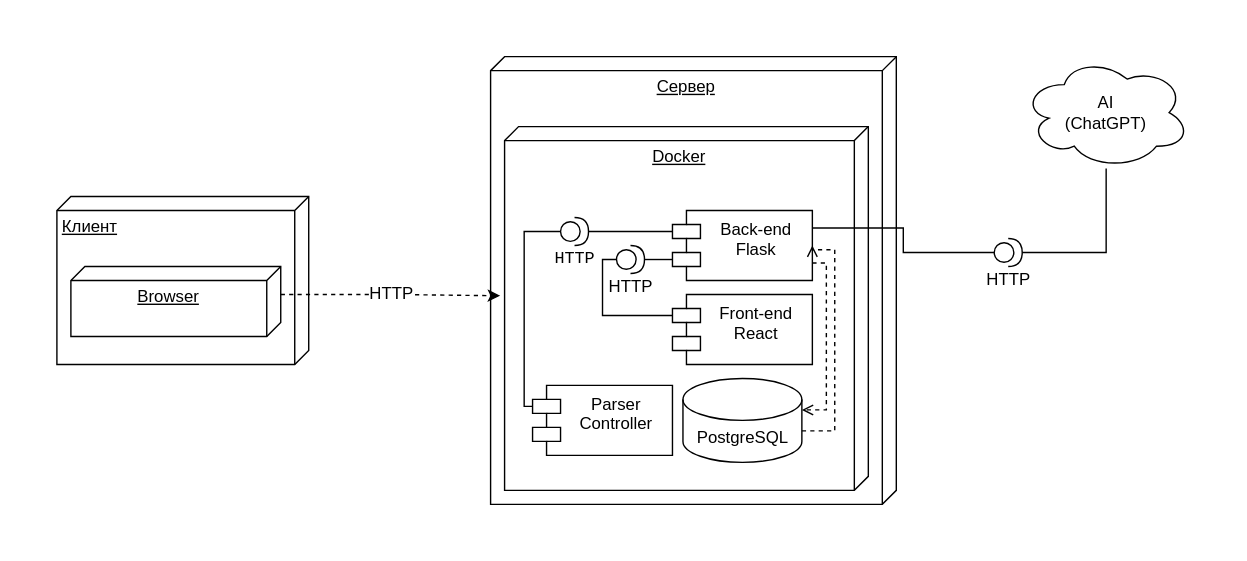
Earlier version of the draw.io export Диаграммы/componentsDiagram.svg (0hJonny/Diplom_60701_). Source tidied: cells renumbered, new cells last; positions are measured from the earlier drawing's top-left corner, leaving out a move shared by most shapes.
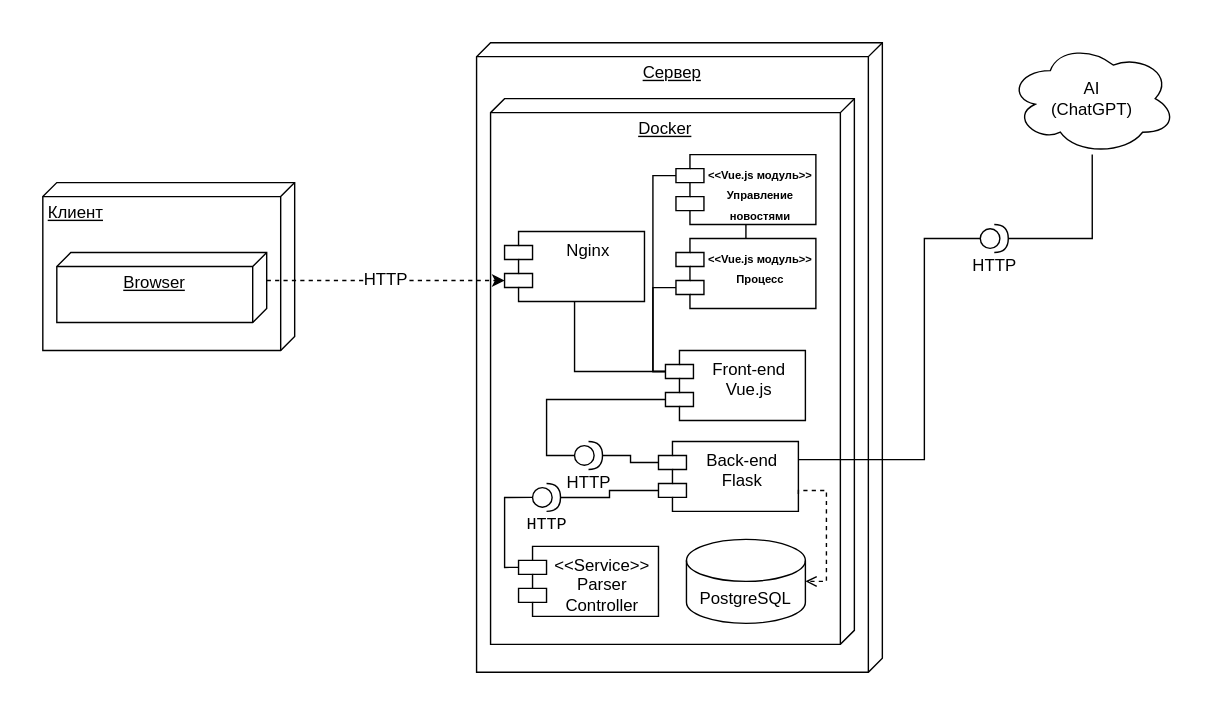
After the change.

Diff of the diagram source:
```diff
@@ -9,39 +9,29 @@
       <mxGeometry x="10" y="150" width="150" height="50" as="geometry" />
     </mxCell>
     <mxCell id="4" value="Сервер" style="verticalAlign=top;align=center;spacingTop=8;spacingLeft=2;spacingRight=12;shape=cube;size=10;direction=south;fontStyle=4;html=1;whiteSpace=wrap;" parent="1" vertex="1">
-      <mxGeometry x="310" width="290" height="320" as="geometry" />
+      <mxGeometry x="310" width="290" height="450" as="geometry" />
     </mxCell>
     <mxCell id="5" value="&lt;div align=&quot;center&quot;&gt;Docker&lt;/div&gt;" style="verticalAlign=top;align=center;spacingTop=8;spacingLeft=2;spacingRight=12;shape=cube;size=10;direction=south;fontStyle=4;html=1;whiteSpace=wrap;" parent="1" vertex="1">
-      <mxGeometry x="320" y="50" width="260" height="260" as="geometry" />
+      <mxGeometry x="320" y="40" width="260" height="390" as="geometry" />
     </mxCell>
     <mxCell id="6" value="&lt;div&gt;Back-end&lt;/div&gt;&lt;div&gt;Flask&lt;br&gt;&lt;/div&gt;" style="shape=module;align=left;spacingLeft=20;align=center;verticalAlign=top;whiteSpace=wrap;html=1;" parent="1" vertex="1">
-      <mxGeometry x="440" y="110" width="100" height="50" as="geometry" />
+      <mxGeometry x="440" y="285" width="100" height="50" as="geometry" />
     </mxCell>
-    <mxCell id="7" style="edgeStyle=orthogonalEdgeStyle;rounded=0;jettySize=auto;html=1;exitX=1;exitY=0;exitDx=0;exitDy=37.5;exitPerimeter=0;entryX=1;entryY=0.5;entryDx=0;entryDy=0;endArrow=open;endFill=0;dashed=1;" parent="1" edge="1" source="8" target="6">
-      <mxGeometry relative="1" as="geometry">
-        <Array as="points">
-          <mxPoint x="556" y="268" />
-          <mxPoint x="556" y="138" />
-        </Array>
-      </mxGeometry>
-    </mxCell>
     <mxCell id="8" value="PostgreSQL" style="shape=cylinder3;whiteSpace=wrap;html=1;boundedLbl=1;backgroundOutline=1;size=15;" parent="1" vertex="1">
-      <mxGeometry x="447.5" y="230" width="85" height="60" as="geometry" />
+      <mxGeometry x="460" y="355" width="85" height="60" as="geometry" />
     </mxCell>
-    <mxCell id="9" value="Parser Controller" style="shape=module;align=left;spacingLeft=20;align=center;verticalAlign=top;whiteSpace=wrap;html=1;" parent="1" vertex="1">
-      <mxGeometry x="340" y="235" width="100" height="50" as="geometry" />
+    <mxCell id="9" value="&amp;lt;&amp;lt;Service&amp;gt;&amp;gt;&lt;br&gt;Parser Controller" style="shape=module;align=left;spacingLeft=20;align=center;verticalAlign=top;whiteSpace=wrap;html=1;" parent="1" vertex="1">
+      <mxGeometry x="340" y="360" width="100" height="50" as="geometry" />
     </mxCell>
     <mxCell id="10" value="&lt;pre&gt;HTTP&lt;/pre&gt;" style="shape=providedRequiredInterface;html=1;verticalLabelPosition=bottom;sketch=0;" parent="1" vertex="1">
-      <mxGeometry x="360" y="115" width="20" height="20" as="geometry" />
+      <mxGeometry x="350" y="315" width="20" height="20" as="geometry" />
     </mxCell>
-    <mxCell id="11" style="edgeStyle=orthogonalEdgeStyle;rounded=0;jettySize=auto;html=1;entryX=0;entryY=0;entryDx=0;entryDy=15;entryPerimeter=0;endArrow=none;endFill=0;" parent="1" edge="1" source="10" target="6">
-      <mxGeometry relative="1" as="geometry" />
-    </mxCell>
-    <mxCell id="12" style="edgeStyle=orthogonalEdgeStyle;rounded=0;jettySize=auto;html=1;entryX=1;entryY=0;entryDx=0;entryDy=22.5;entryPerimeter=0;exitX=1;exitY=0.75;exitDx=0;exitDy=0;dashed=1;endArrow=open;endFill=0;" parent="1" edge="1" source="6" target="8">
+    <mxCell id="12" style="edgeStyle=orthogonalEdgeStyle;rounded=0;jettySize=auto;html=1;entryX=1;entryY=0.5;entryDx=0;entryDy=0;entryPerimeter=0;exitX=1;exitY=0.75;exitDx=0;exitDy=0;dashed=1;endArrow=open;endFill=0;" parent="1" edge="1" source="6" target="8">
       <mxGeometry relative="1" as="geometry">
         <Array as="points">
-          <mxPoint x="550" y="148" />
-          <mxPoint x="550" y="253" />
+          <mxPoint x="540" y="320" />
+          <mxPoint x="560" y="320" />
+          <mxPoint x="560" y="385" />
         </Array>
       </mxGeometry>
     </mxCell>
@@ -49,7 +39,13 @@
       <mxGeometry x="690" width="120" height="80" as="geometry" />
     </mxCell>
     <mxCell id="14" style="edgeStyle=orthogonalEdgeStyle;rounded=0;jettySize=auto;html=1;entryX=1;entryY=0.25;entryDx=0;entryDy=0;endArrow=none;endFill=0;" parent="1" edge="1" source="15" target="6">
-      <mxGeometry relative="1" as="geometry" />
+      <mxGeometry relative="1" as="geometry">
+        <Array as="points">
+          <mxPoint x="630" y="140" />
+          <mxPoint x="630" y="298" />
+          <mxPoint x="540" y="298" />
+        </Array>
+      </mxGeometry>
     </mxCell>
     <mxCell id="15" value="HTTP" style="shape=providedRequiredInterface;html=1;verticalLabelPosition=bottom;sketch=0;" parent="1" vertex="1">
       <mxGeometry x="670" y="130" width="20" height="20" as="geometry" />
@@ -57,33 +53,60 @@
     <mxCell id="16" style="edgeStyle=orthogonalEdgeStyle;rounded=0;jettySize=auto;html=1;entryX=1;entryY=0.5;entryDx=0;entryDy=0;entryPerimeter=0;endArrow=none;endFill=0;" parent="1" edge="1" source="13" target="15">
       <mxGeometry relative="1" as="geometry" />
     </mxCell>
-    <mxCell id="17" style="edgeStyle=orthogonalEdgeStyle;rounded=0;jettySize=auto;html=1;exitX=0;exitY=0.5;exitDx=0;exitDy=0;exitPerimeter=0;entryX=0;entryY=0;entryDx=0;entryDy=15;entryPerimeter=0;startArrow=none;startFill=0;endArrow=none;endFill=0;" parent="1" edge="1" source="10" target="9">
-      <mxGeometry relative="1" as="geometry">
-        <Array as="points">
-          <mxPoint x="334" y="125" />
-          <mxPoint x="334" y="250" />
-        </Array>
-      </mxGeometry>
-    </mxCell>
+    <mxCell id="23" style="edgeStyle=orthogonalEdgeStyle;rounded=0;jettySize=auto;html=1;exitX=0;exitY=0;exitDx=0;exitDy=15;exitPerimeter=0;entryX=0.5;entryY=1;entryDx=0;entryDy=0;endArrow=none;endFill=0;" parent="1" edge="1" source="18" target="27">
+      <mxGeometry relative="1" as="geometry">
+        <Array as="points">
+          <mxPoint x="436" y="235" />
+          <mxPoint x="436" y="175" />
+          <mxPoint x="502" y="175" />
+        </Array>
+      </mxGeometry>
+    </mxCell>
+    <mxCell id="24" style="edgeStyle=orthogonalEdgeStyle;rounded=0;jettySize=auto;html=1;endArrow=none;endFill=0;exitX=0;exitY=0;exitDx=0;exitDy=15;exitPerimeter=0;" parent="1" edge="1" source="18" target="28">
+      <mxGeometry relative="1" as="geometry" />
+    </mxCell>
-    <mxCell id="18" value="&lt;div&gt;Front-end&lt;/div&gt;&lt;div&gt;React&lt;br&gt;&lt;/div&gt;" style="shape=module;align=left;spacingLeft=20;align=center;verticalAlign=top;whiteSpace=wrap;html=1;" parent="1" vertex="1">
-      <mxGeometry x="440" y="170" width="100" height="50" as="geometry" />
+    <mxCell id="18" value="&lt;div&gt;Front-end&lt;/div&gt;&lt;div&gt;Vue.js&lt;/div&gt;" style="shape=module;align=left;spacingLeft=20;align=center;verticalAlign=top;whiteSpace=wrap;html=1;" parent="1" vertex="1">
+      <mxGeometry x="445" y="220" width="100" height="50" as="geometry" />
     </mxCell>
     <mxCell id="19" value="HTTP" style="shape=providedRequiredInterface;html=1;verticalLabelPosition=bottom;sketch=0;" parent="1" vertex="1">
-      <mxGeometry x="400" y="135" width="20" height="20" as="geometry" />
+      <mxGeometry x="380" y="285" width="20" height="20" as="geometry" />
     </mxCell>
-    <mxCell id="20" style="edgeStyle=orthogonalEdgeStyle;rounded=0;jettySize=auto;html=1;exitX=0;exitY=0;exitDx=0;exitDy=35;exitPerimeter=0;entryX=1;entryY=0.5;entryDx=0;entryDy=0;entryPerimeter=0;endArrow=none;endFill=0;" parent="1" edge="1" source="6" target="19">
-      <mxGeometry relative="1" as="geometry" />
-    </mxCell>
-    <mxCell id="21" style="edgeStyle=orthogonalEdgeStyle;rounded=0;jettySize=auto;html=1;exitX=0;exitY=0.5;exitDx=0;exitDy=0;exitPerimeter=0;entryX=0;entryY=0;entryDx=0;entryDy=15;entryPerimeter=0;endArrow=none;endFill=0;" parent="1" edge="1" source="19" target="18">
-      <mxGeometry relative="1" as="geometry">
-        <Array as="points">
-          <mxPoint x="390" y="145" />
-          <mxPoint x="390" y="185" />
-        </Array>
-      </mxGeometry>
-    </mxCell>
-    <mxCell id="22" value="&lt;font style=&quot;font-size: 12px;&quot;&gt;HTTP&lt;/font&gt;" style="edgeStyle=orthogonalEdgeStyle;rounded=0;jettySize=auto;html=1;exitX=0;exitY=0;exitDx=20;exitDy=0;exitPerimeter=0;entryX=0.465;entryY=1.012;entryDx=0;entryDy=0;entryPerimeter=0;dashed=1;" parent="1" edge="1" source="3" target="5">
+    <mxCell id="22" value="&lt;font style=&quot;font-size: 12px;&quot;&gt;HTTP&lt;/font&gt;" style="edgeStyle=orthogonalEdgeStyle;rounded=0;jettySize=auto;html=1;exitX=0;exitY=0;exitDx=20;exitDy=0;exitPerimeter=0;entryX=0;entryY=0;entryDx=0;entryDy=35;entryPerimeter=0;dashed=1;" parent="1" edge="1" source="3" target="28">
       <mxGeometry relative="1" as="geometry" />
     </mxCell>
+    <mxCell id="11" style="edgeStyle=orthogonalEdgeStyle;rounded=0;jettySize=auto;html=1;entryX=0;entryY=0;entryDx=0;entryDy=35;entryPerimeter=0;endArrow=none;endFill=0;" parent="1" edge="1" source="10" target="6">
+      <mxGeometry relative="1" as="geometry" />
+    </mxCell>
+    <mxCell id="17" style="edgeStyle=orthogonalEdgeStyle;rounded=0;jettySize=auto;html=1;entryX=0;entryY=0;entryDx=0;entryDy=15;entryPerimeter=0;exitX=0;exitY=0.5;exitDx=0;exitDy=0;exitPerimeter=0;endArrow=none;endFill=0;" parent="1" edge="1" source="10" target="9">
+      <mxGeometry relative="1" as="geometry">
+        <Array as="points">
+          <mxPoint x="330" y="325" />
+          <mxPoint x="330" y="375" />
+        </Array>
+      </mxGeometry>
+    </mxCell>
+    <mxCell id="25" style="edgeStyle=orthogonalEdgeStyle;rounded=0;jettySize=auto;html=1;entryX=0;entryY=0;entryDx=0;entryDy=15;entryPerimeter=0;endArrow=none;endFill=0;" parent="1" edge="1" source="19" target="6">
+      <mxGeometry relative="1" as="geometry" />
+    </mxCell>
+    <mxCell id="26" value="&lt;font style=&quot;font-size: 8px;&quot;&gt;&lt;b&gt;&amp;lt;&amp;lt;Vue.js модуль&amp;gt;&amp;gt;&lt;br&gt;Процесс&lt;/b&gt;&lt;br&gt;&lt;/font&gt;" style="shape=module;align=left;spacingLeft=20;align=center;verticalAlign=top;whiteSpace=wrap;html=1;" parent="1" vertex="1">
+      <mxGeometry x="452.5" y="140" width="100" height="50" as="geometry" />
+    </mxCell>
+    <mxCell id="27" value="&lt;font style=&quot;font-size: 8px;&quot;&gt;&lt;b&gt;&amp;lt;&amp;lt;Vue.js модуль&amp;gt;&amp;gt;&lt;br&gt;Управление новостями&lt;/b&gt;&lt;br&gt;&lt;/font&gt;" style="shape=module;align=left;spacingLeft=20;align=center;verticalAlign=top;whiteSpace=wrap;html=1;" parent="1" vertex="1">
+      <mxGeometry x="452.5" y="80" width="100" height="50" as="geometry" />
+    </mxCell>
+    <mxCell id="28" value="&lt;font style=&quot;&quot;&gt;Nginx&lt;br&gt;&lt;/font&gt;" style="shape=module;align=left;spacingLeft=20;align=center;verticalAlign=top;whiteSpace=wrap;html=1;" parent="1" vertex="1">
+      <mxGeometry x="330" y="135" width="100" height="50" as="geometry" />
+    </mxCell>
+    <mxCell id="29" style="edgeStyle=orthogonalEdgeStyle;rounded=0;jettySize=auto;html=1;entryX=0;entryY=0.5;entryDx=0;entryDy=0;entryPerimeter=0;endArrow=none;endFill=0;exitX=0;exitY=0;exitDx=0;exitDy=35;exitPerimeter=0;" parent="1" edge="1" source="18" target="19">
+      <mxGeometry relative="1" as="geometry" />
+    </mxCell>
+    <mxCell id="30" style="edgeStyle=orthogonalEdgeStyle;rounded=0;jettySize=auto;html=1;entryX=0;entryY=0;entryDx=0;entryDy=15;entryPerimeter=0;exitX=0;exitY=0;exitDx=0;exitDy=15;exitPerimeter=0;endArrow=none;endFill=0;" parent="1" edge="1" source="18" target="27">
+      <mxGeometry relative="1" as="geometry">
+        <Array as="points">
+          <mxPoint x="436" y="235" />
+          <mxPoint x="436" y="95" />
+        </Array>
+      </mxGeometry>
+    </mxCell>
   </root>
 </mxGraphModel>
```
